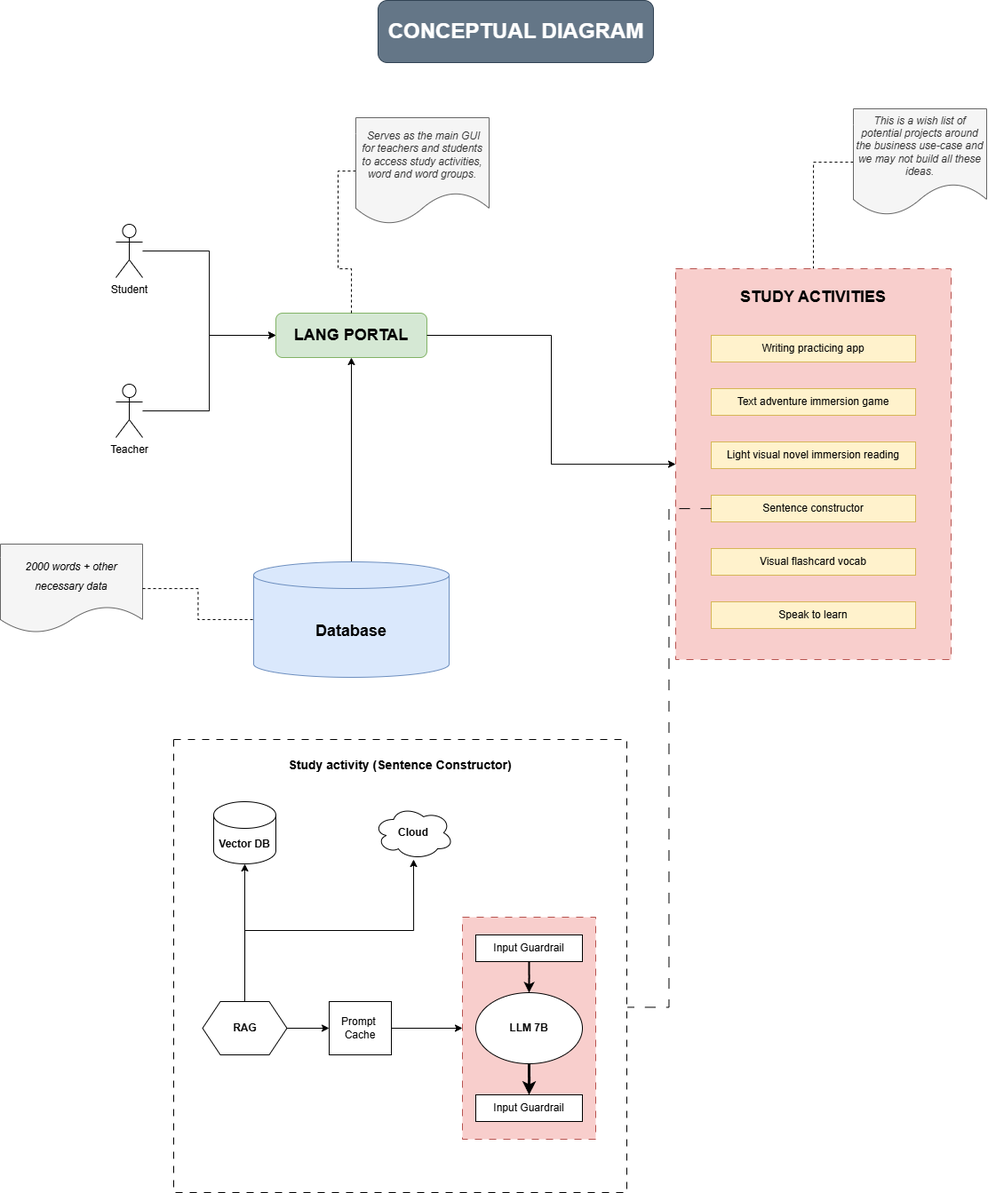
Above: genai-architecting/GenAI_architecture.drawio.png in viakos/free-genai-bootcamp-2025 (draw.io), before the change. Source tidied: cells renumbered, new cells last; positions are measured from the earlier drawing's top-left corner, leaving out a move shared by most shapes.
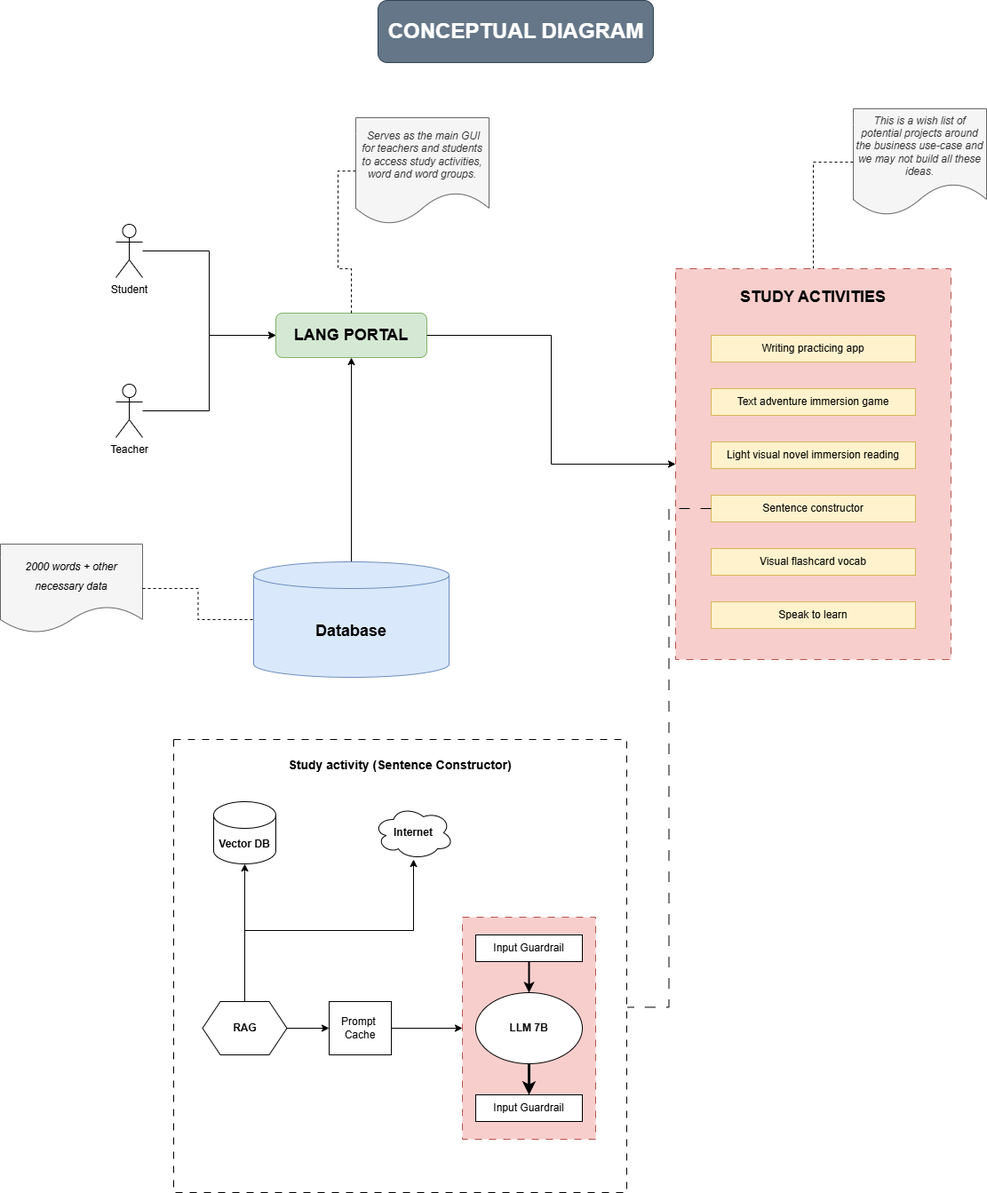
After the change.

What changed in the source:
```diff
@@ -71,7 +71,7 @@
     <mxCell id="24" value="&lt;h4&gt;Vector DB&lt;/h4&gt;" style="shape=cylinder3;whiteSpace=wrap;html=1;boundedLbl=1;backgroundOutline=1;size=15;" parent="1" vertex="1">
       <mxGeometry x="240" y="902" width="70" height="70" as="geometry" />
     </mxCell>
-    <mxCell id="25" value="&lt;h4&gt;Cloud&lt;/h4&gt;" style="ellipse;shape=cloud;whiteSpace=wrap;html=1;" parent="1" vertex="1">
+    <mxCell id="25" value="&lt;h4&gt;Internet&lt;/h4&gt;" style="ellipse;shape=cloud;whiteSpace=wrap;html=1;" parent="1" vertex="1">
       <mxGeometry x="420" y="907" width="90" height="60" as="geometry" />
     </mxCell>
     <mxCell id="26" style="edgeStyle=orthogonalEdgeStyle;rounded=0;jettySize=auto;html=1;" parent="1" edge="1" source="29" target="24">
```
